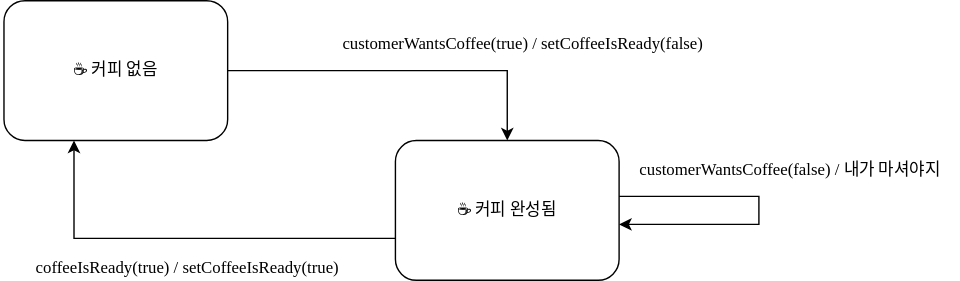
Above: assets/images/diagrams/커피 공화국.drawio.svg in hjk329/hjk329.github.io (draw.io), before the change. Source tidied: cells renumbered, new cells last; positions are measured from the earlier drawing's top-left corner, leaving out a move shared by most shapes.
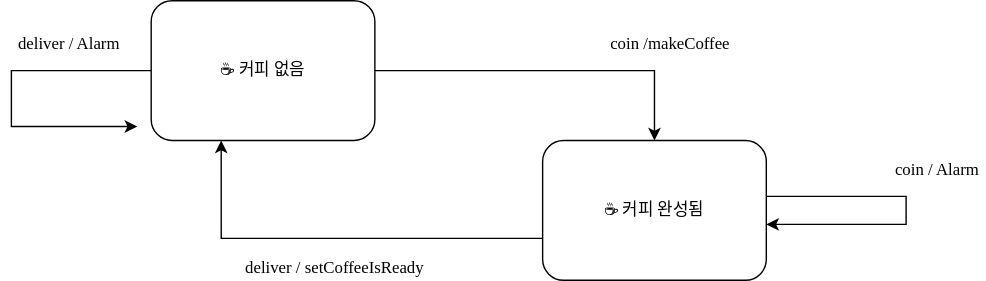
The same diagram one commit later.

Commit message:
커피 공화국.drawio.svg 업데이트

The edit, as a diff of the source:
```diff
@@ -5,11 +5,20 @@
     <mxCell id="2" style="edgeStyle=orthogonalEdgeStyle;rounded=0;jettySize=auto;html=1;fontFamily=Comic Sans MS;fontSize=12;entryX=0.5;entryY=0;entryDx=0;entryDy=0;" parent="1" edge="1" source="4" target="6">
       <mxGeometry relative="1" as="geometry" />
     </mxCell>
-    <mxCell id="3" value="customerWantsCoffee(true) / setCoffeeIsReady(false)" style="edgeLabel;html=1;align=center;verticalAlign=middle;fontSize=12;fontFamily=Comic Sans MS;" parent="2" vertex="1">
+    <mxCell id="3" value="coin /makeCoffee" style="edgeLabel;html=1;align=center;verticalAlign=middle;fontSize=12;fontFamily=Comic Sans MS;" parent="2" vertex="1">
       <mxGeometry x="-0.34" y="2" relative="1" as="geometry">
         <mxPoint x="127" y="-18" as="offset" />
       </mxGeometry>
     </mxCell>
+    <mxCell id="10" style="edgeStyle=orthogonalEdgeStyle;rounded=0;jettySize=auto;html=1;" parent="1" edge="1" source="4">
+      <mxGeometry relative="1" as="geometry">
+        <mxPoint x="-10" y="90" as="targetPoint" />
+        <Array as="points">
+          <mxPoint x="-100" y="50" />
+          <mxPoint x="-100" y="90" />
+        </Array>
+      </mxGeometry>
+    </mxCell>
     <mxCell id="4" value="&lt;font face=&quot;Comic Sans MS&quot; style=&quot;font-size: 12px;&quot;&gt;&lt;span style=&quot;font-size: 12px;&quot;&gt;☕️ 커피 없음&lt;/span&gt;&lt;/font&gt;" style="ellipse;whiteSpace=wrap;html=1;fontSize=12;shape=label;perimeter=rectanglePerimeter;rounded=1;" parent="1" vertex="1">
       <mxGeometry width="160" height="100" as="geometry" />
     </mxCell>
@@ -23,7 +32,7 @@
     <mxCell id="6" value="&lt;font face=&quot;Comic Sans MS&quot; style=&quot;font-size: 12px;&quot;&gt;&lt;span style=&quot;font-size: 12px;&quot;&gt;☕️ 커피 완성됨&lt;/span&gt;&lt;/font&gt;" style="ellipse;whiteSpace=wrap;html=1;fontSize=12;shape=label;perimeter=rectanglePerimeter;rounded=1;" parent="1" vertex="1">
       <mxGeometry x="280" y="100" width="160" height="100" as="geometry" />
     </mxCell>
-    <mxCell id="7" value="coffeeIsReady(true) / setCoffeeIsReady(true)" style="edgeLabel;html=1;align=center;verticalAlign=middle;fontSize=12;fontFamily=Comic Sans MS;" parent="1" vertex="1">
+    <mxCell id="7" value="deliver / setCoffeeIsReady" style="edgeLabel;html=1;align=center;verticalAlign=middle;fontSize=12;fontFamily=Comic Sans MS;" parent="1" vertex="1">
       <mxGeometry x="130" y="190" as="geometry" />
     </mxCell>
     <mxCell id="8" style="edgeStyle=orthogonalEdgeStyle;rounded=0;orthogonalLoop=1;jettySize=auto;html=1;fontFamily=Comic Sans MS;fontSize=12;" parent="1" edge="1" source="6" target="6">
@@ -33,10 +42,13 @@
         </Array>
       </mxGeometry>
     </mxCell>
-    <mxCell id="9" value="customerWantsCoffee(false) / 내가 마셔야지" style="edgeLabel;html=1;align=center;verticalAlign=middle;fontSize=12;fontFamily=Comic Sans MS;" parent="8" vertex="1">
+    <mxCell id="9" value="coin / Alarm" style="edgeLabel;html=1;align=center;verticalAlign=middle;fontSize=12;fontFamily=Comic Sans MS;" parent="8" vertex="1">
       <mxGeometry x="-0.69" y="4" relative="1" as="geometry">
         <mxPoint x="87" y="-16" as="offset" />
       </mxGeometry>
     </mxCell>
+    <mxCell id="11" value="deliver / Alarm" style="edgeLabel;html=1;align=center;verticalAlign=middle;fontSize=12;fontFamily=Comic Sans MS;" parent="1" vertex="1">
+      <mxGeometry x="-60" y="30" as="geometry" />
+    </mxCell>
   </root>
 </mxGraphModel>
```
